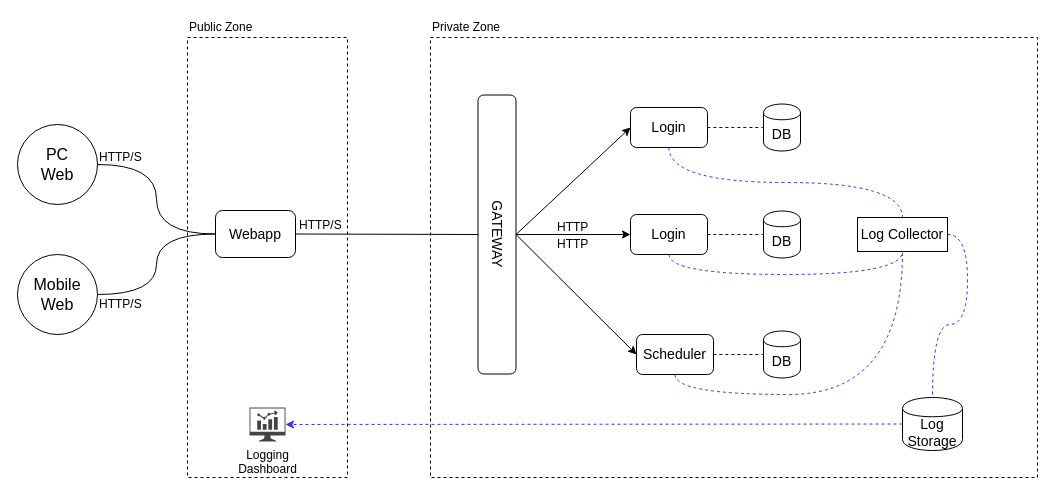
Before: Untitled Diagram.drawio in gremlean/playground-1, a draw.io diagram. Source tidied: cells renumbered, new cells numbered last; positions are measured from the earlier drawing's top-left corner, leaving out a move shared by most shapes. Both pictures are drawn from the tidied source at 100%, with x=0, y=0 at pixel (17, 17).
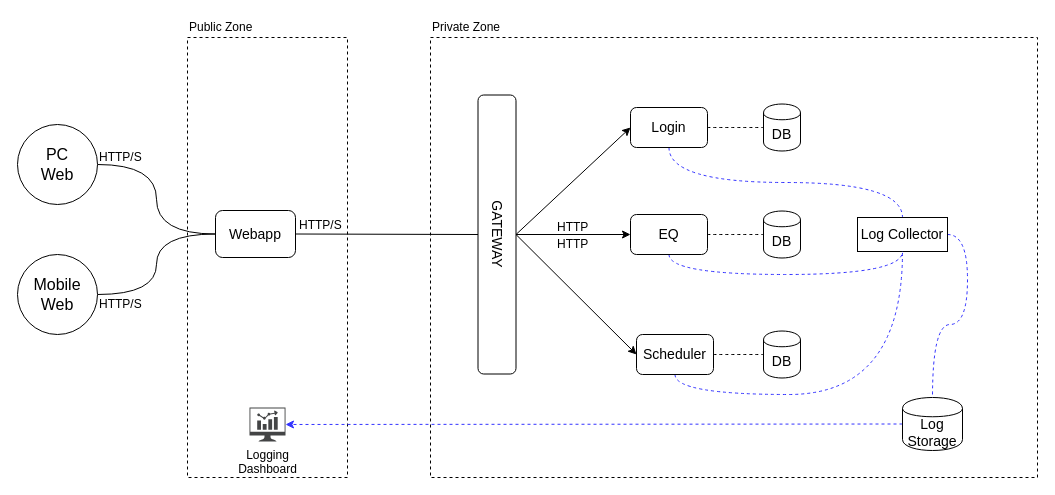
After the change.

Commit message:
software_architecture

Change to the diagram source:
```diff
@@
-    <mxCell id="25" value="&lt;font style=&quot;font-size: 14px&quot;&gt;Login&lt;/font&gt;" style="rounded=1;whiteSpace=wrap;html=1;" parent="1" vertex="1">
+    <mxCell id="25" value="&lt;font style=&quot;font-size: 14px&quot;&gt;EQ&lt;/font&gt;" style="rounded=1;whiteSpace=wrap;html=1;" parent="1" vertex="1">
       <mxGeometry x="613" y="197" width="77" height="40" as="geometry" />
     </mxCell>
```
